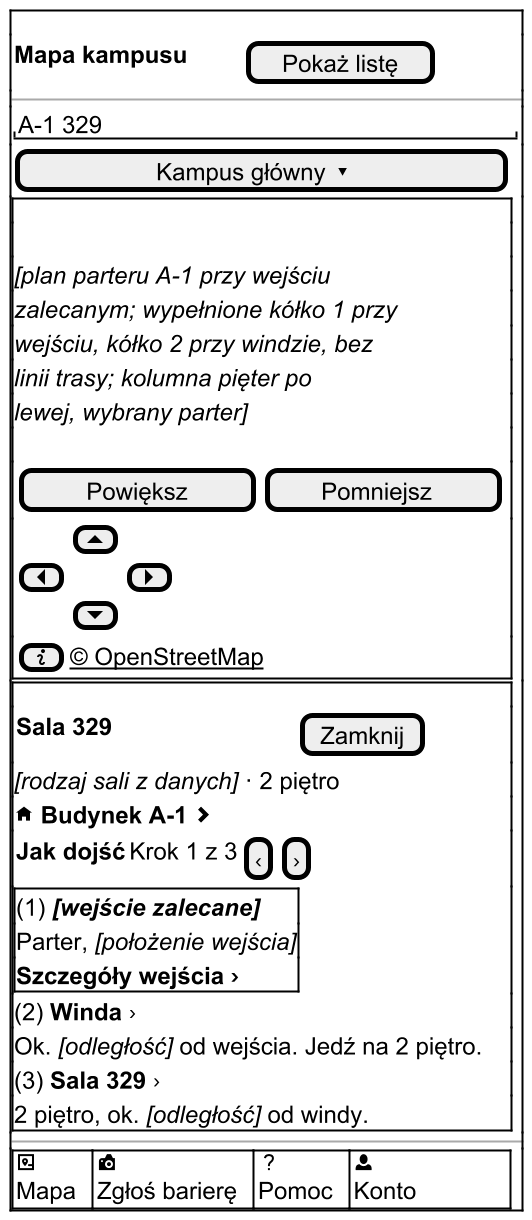
Above: docs/docs/_generated/m-v1-mapa-sala-kroki.png in dostepny-kampus/dostepny-kampus (PlantUML), before the change.
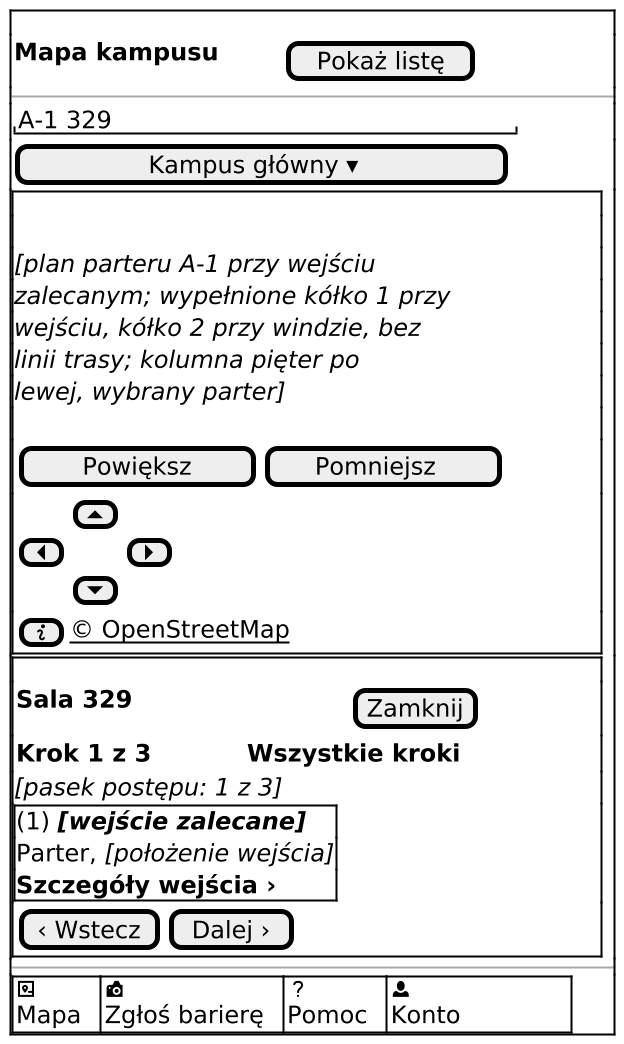
The same file after the commit.

Change to the diagram source:
```diff
@@ -1,5 +1,5 @@
 @startsalt
-' V1 Mapa kampusu, kroki po kolei: po „Pokaż po kolei” wybrany krok 1, plan parteru przy wejściu zalecanym (US18.2).
+' V1 Mapa kampusu, kroki po kolei: po „Pokaż po kolei” sam krok 1, plan parteru przy wejściu zalecanym (US18.2).
 !include _wspolne.iuml
 !include _odwiedzajacy.iuml
 $ekran_poczatek()
@@ -9,18 +9,14 @@
 $mapa("plan parteru A-1 przy wejściu zalecanym; wypełnione kółko 1 przy wejściu, kółko 2 przy windzie, bez linii trasy; kolumna pięter po lewej, wybrany parter", "", "info")
 $ramka()
 { <b>Sala 329</b>$dk_spacje(14) | [Zamknij] }
-<i>[rodzaj sali z danych]</i> · 2 piętro
-$wiersz_budynku()
-{ <b>Jak dojść</b> | Krok 1 z 3 | [‹] | [›] }
+{ <b>Krok 1 z 3</b>$dk_spacje(6) | <b>Wszystkie kroki</b> }
+<i>[pasek postępu: 1 z 3]</i>
 {+
 (1) <b><i>[wejście zalecane]</i></b>
 Parter, <i>[położenie wejścia]</i>
 <b>Szczegóły wejścia ›</b>
 }
-(2) <b>Winda</b> ›
-Ok. <i>[odległość]</i> od wejścia. Jedź na 2 piętro.
-(3) <b>Sala 329</b> ›
-2 piętro, ok. <i>[odległość]</i> od windy.
+{ [‹ Wstecz] | [Dalej ›] }
 }
 $pasek_dolny_konto()
 $ekran_koniec()
```
